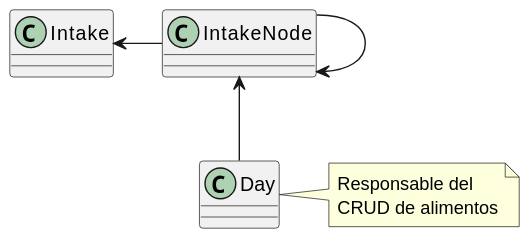
Earlier version of the PlantUML export images/modelosUML/modelosUML/iteracion2.svg (puntoReflex/pyDiaDietaIngesta).
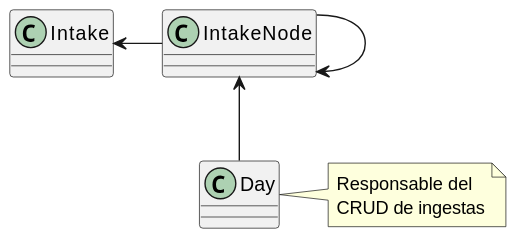
Later version of the same file.

The edit, as a diff of the source:
```diff
@@ -5,7 +5,7 @@
 
 note right
     Responsable del
-    CRUD de alimentos
+    CRUD de ingestas
 end note
 
 Intake <--r-- IntakeNode
```
